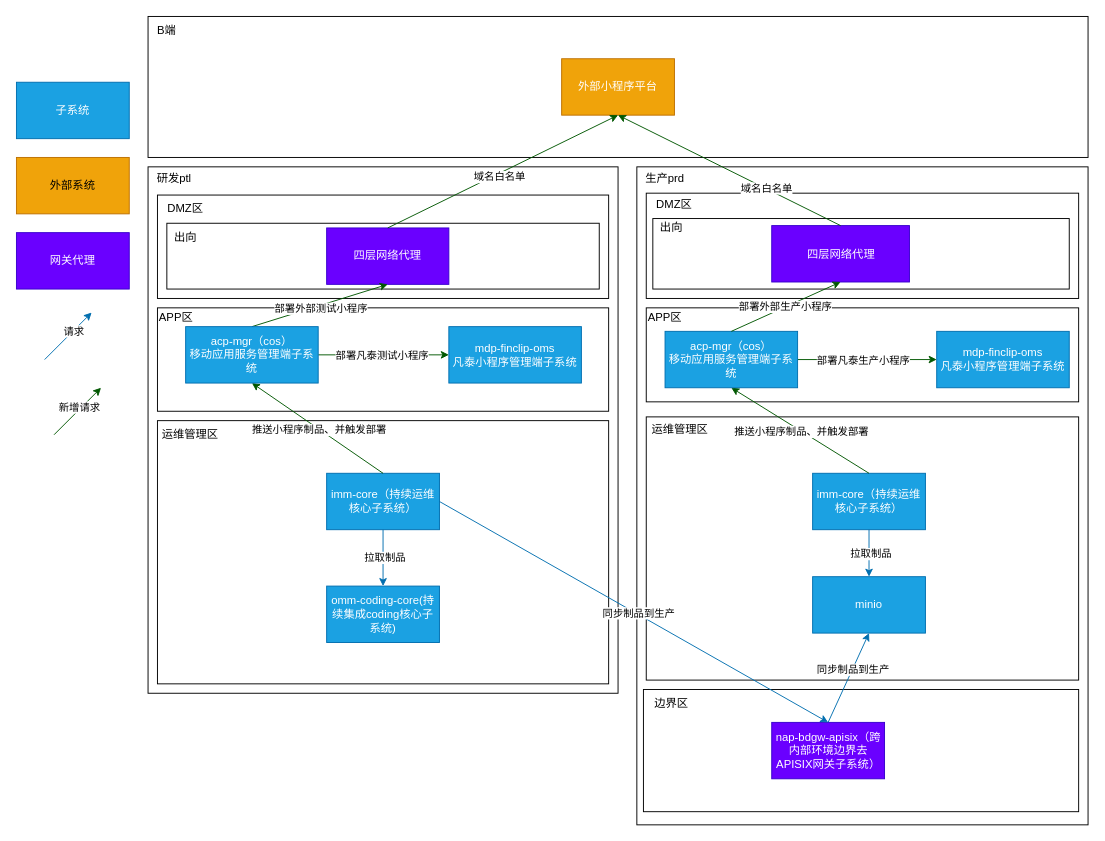
Above: 小程序发布部署架构图-生产有C端专区--发ptl finclip--生产cos.drawio in lao-chengyong/- (draw.io), before the change. Source tidied: cells renumbered, new cells numbered last; positions are measured from the earlier drawing's top-left corner, leaving out a move shared by most shapes. Both pictures are drawn from the tidied source at 94%, with x=0, y=0 at pixel (16, 16).
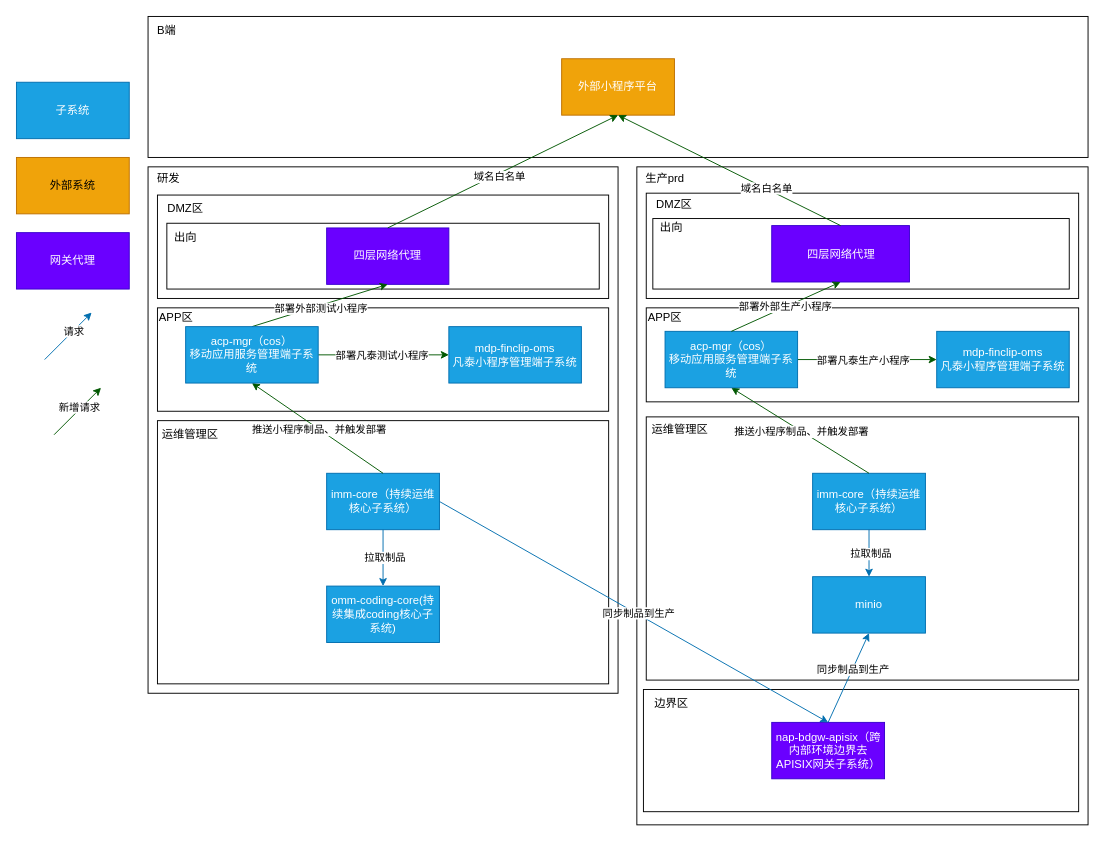
After the change.

Commit message:
更新小程序发布部署架构图-生产有C端专区--发ptl finclip--生产cos.drawio

Diff of the diagram source:
```diff
@@
-    <mxCell id="9" value="研发ptl" style="text;html=1;strokeColor=none;fillColor=none;align=center;verticalAlign=middle;whiteSpace=wrap;rounded=0;" parent="1" vertex="1">
-      <mxGeometry x="138" y="158" width="60" height="30" as="geometry" />
+    <mxCell id="9" value="研发" style="text;html=1;strokeColor=none;fillColor=none;align=center;verticalAlign=middle;whiteSpace=wrap;rounded=0;" parent="1" vertex="1">
+      <mxGeometry x="132" y="158" width="60" height="30" as="geometry" />
     </mxCell>
```
